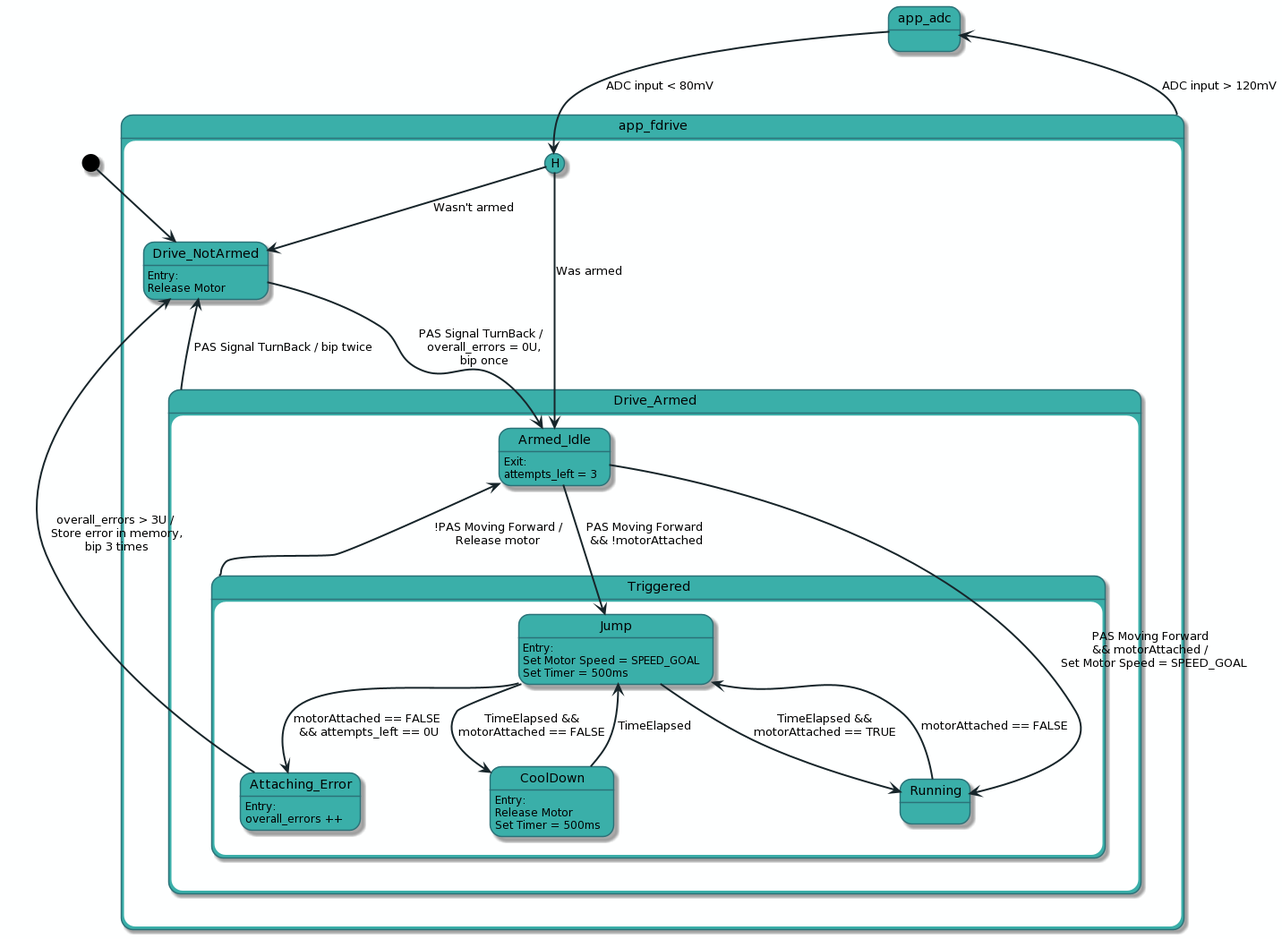
Above: assets/uml/fdrive-app-sm.png in PiotrStrzalka/PiotrStrzalka.github.io (PlantUML), before the change.
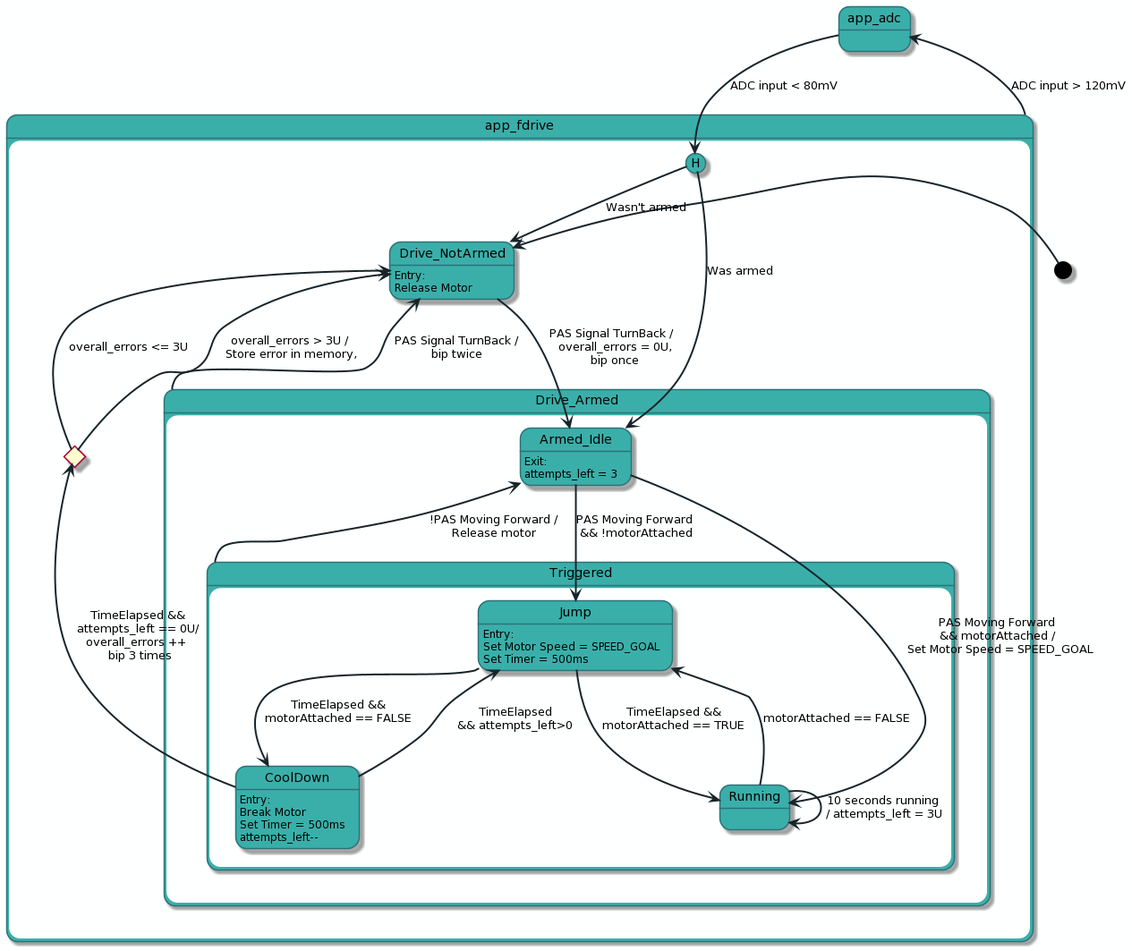
The same file after the commit.

Change to the diagram source:
```diff
@@ -1,5 +1,6 @@
 @startuml
 skinparam backgroundColor #FEFFFF
+
 skinparam state {
   StartColor Black
   EndColor Black
@@ -18,24 +19,26 @@
     Drive_NotArmed: Entry:
     Drive_NotArmed: Release Motor
 
+    state choice <<choice>>
 
     state Drive_Armed {
         state Triggered {
-            Jump --> CoolDown : TimeElapsed &&\nmotorAttached == FALSE
-            CoolDown --> Jump : TimeElapsed
+            Jump --> CoolDown : TimeElapsed &&\nmotorAttached == FALSE\n
+            CoolDown --> Jump : TimeElapsed\n&& attempts_left>0
             Jump --> Running : TimeElapsed &&\nmotorAttached == TRUE
             Running --> Jump : motorAttached == FALSE
+            Running --> Running : 10 seconds running \n/ attempts_left = 3U
+            CoolDown -up-> choice : TimeElapsed &&\nattempts_left == 0U/\noverall_errors ++ \n bip 3 times
+            choice -left-> Drive_NotArmed : overall_errors > 3U / \nStore error in memory,
+            choice -up-> Drive_NotArmed : overall_errors <= 3U
 
-            Jump --> Attaching_Error : motorAttached == FALSE \n&& attempts_left == 0U
-
-            Attaching_Error : Entry:
-            Attaching_Error : overall_errors ++
             Jump : Entry:
             Jump : Set Motor Speed = SPEED_GOAL
             Jump:        Set Timer = 500ms
             CoolDown :  Entry:
-            CoolDown :  Release Motor
+            CoolDown :  Break Motor
             CoolDown :  Set Timer = 500ms
+            CoolDown :  attempts_left--
 
         }
         Armed_Idle : Exit:
@@ -47,11 +50,10 @@
     }
 
     Drive_NotArmed --> Armed_Idle : PAS Signal TurnBack / \n overall_errors = 0U,\n bip once
-    Drive_Armed -up-> Drive_NotArmed : PAS Signal TurnBack / bip twice
-    Attaching_Error -up-> Drive_NotArmed : overall_errors > 3U /\n Store error in memory,\n bip 3 times
+    Drive_Armed -up-> Drive_NotArmed : PAS Signal TurnBack /\nbip twice
 }
 
-[*] -down-> Drive_NotArmed
+[*] -right-> Drive_NotArmed
 app_adc --> app_fdrive[H]: ADC input < 80mV
 app_fdrive --> app_adc: ADC input > 120mV
 
```
